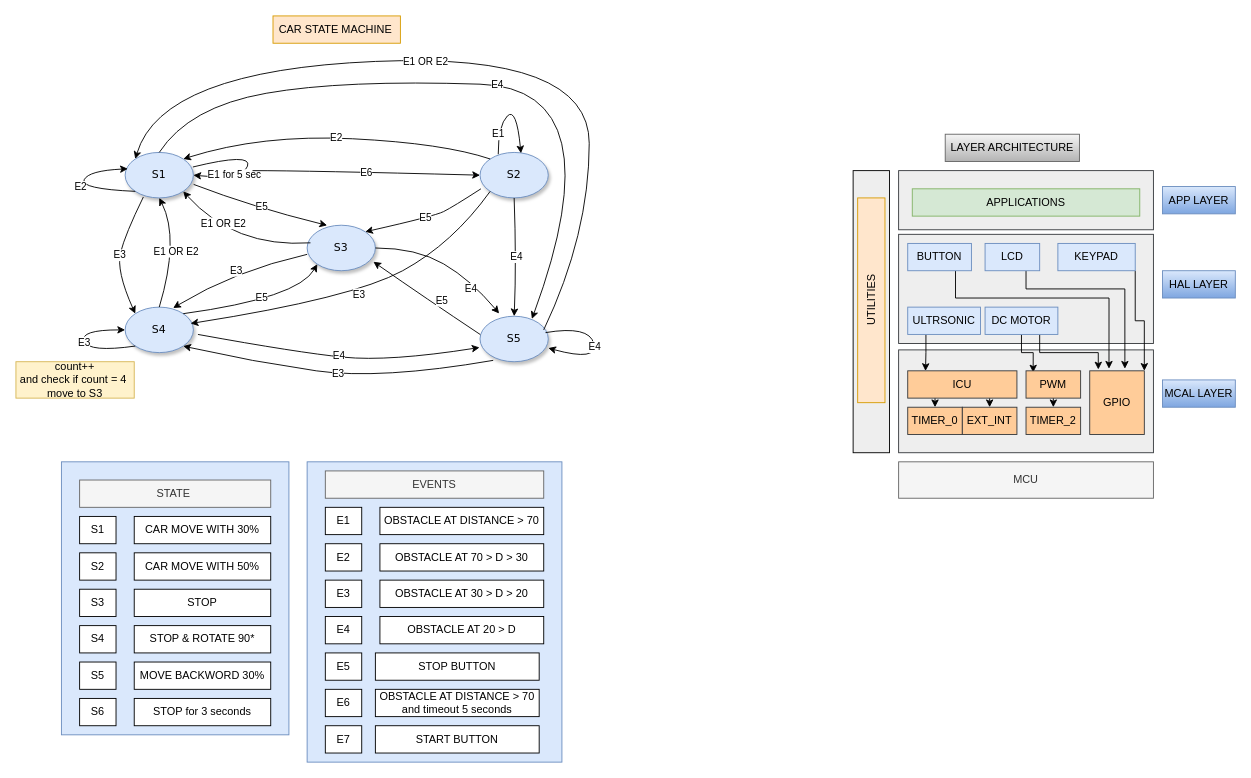
hazemashrafali/car_obstacle_avoidance keeps this draw.io diagram as documents/car_avoid_state_machine.drawio. Above is the earlier version. Source tidied: cells renumbered, new cells numbered last; positions are measured from the earlier drawing's top-left corner, leaving out a move shared by most shapes. Both pictures are drawn from the tidied source at 91%, with x=0, y=0 at pixel (15, 15).
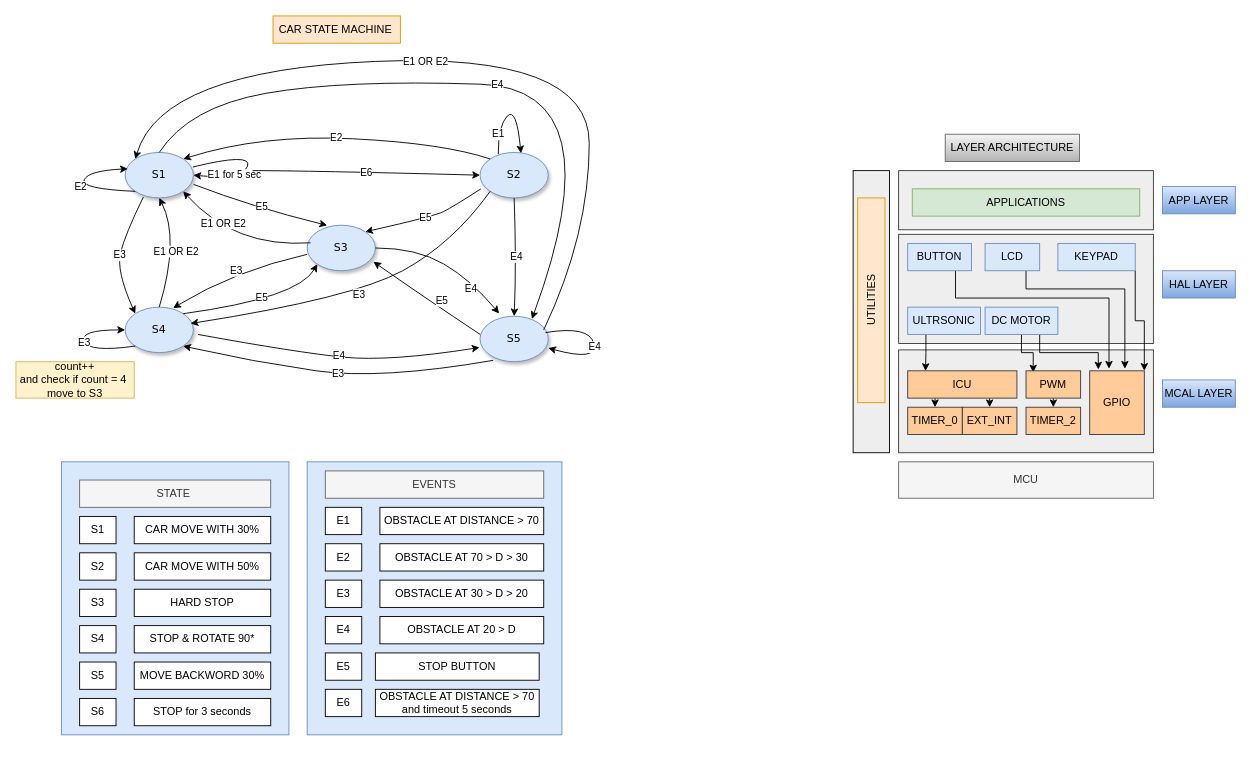
The same page after the edit.

What changed in the source:
```diff
@@
-    <mxCell id="71" value="STOP" style="rounded=0;whiteSpace=wrap;html=1;" parent="1" vertex="1">
+    <mxCell id="71" value="HARD STOP" style="rounded=0;whiteSpace=wrap;html=1;" parent="1" vertex="1">
       <mxGeometry x="130" y="630" width="150" height="30" as="geometry" />
     </mxCell>
@@
     <mxCell id="76" style="rounded=0;whiteSpace=wrap;html=1;fillColor=#dae8fc;strokeColor=#6c8ebf;" parent="1" vertex="1">
-      <mxGeometry x="320" y="490" width="280" height="330" as="geometry" />
+      <mxGeometry x="320" y="490" width="280" height="300" as="geometry" />
     </mxCell>
@@
-    <mxCell id="90" value="E7" style="rounded=0;whiteSpace=wrap;html=1;" parent="1" vertex="1">
-      <mxGeometry x="340" y="780" width="40" height="30" as="geometry" />
-    </mxCell>
-    <mxCell id="91" value="START BUTTON" style="rounded=0;whiteSpace=wrap;html=1;" parent="1" vertex="1">
-      <mxGeometry x="395" y="780" width="180" height="30" as="geometry" />
-    </mxCell>
```
